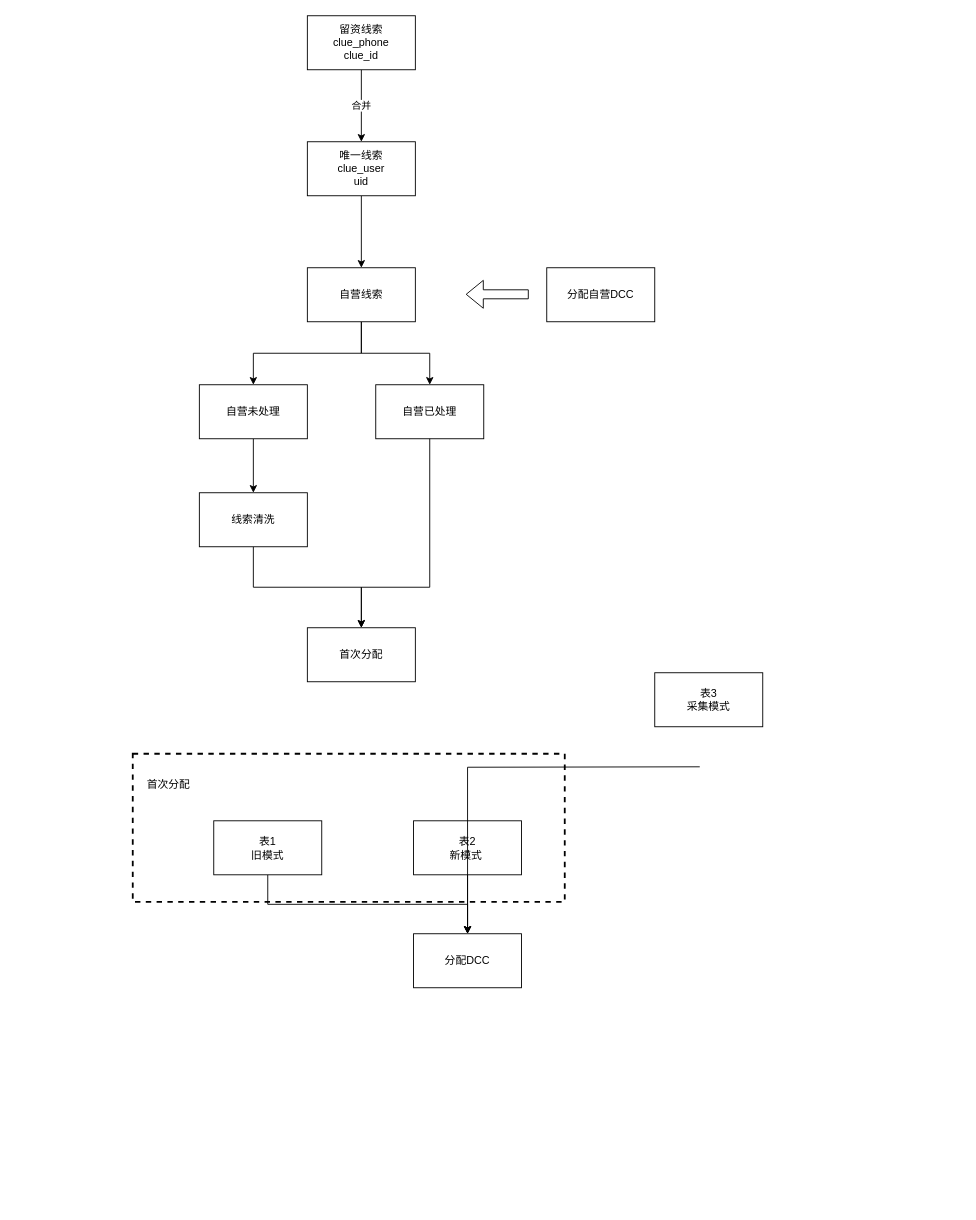
The draw.io diagram 线索重做.drawio in Juvic-maker/draw, before the edit. Source tidied: cells renumbered, new cells numbered last; positions are measured from the earlier drawing's top-left corner, leaving out a move shared by most shapes. Both pictures are drawn from the tidied source at 90%, with x=0, y=0 at pixel (132, 15).
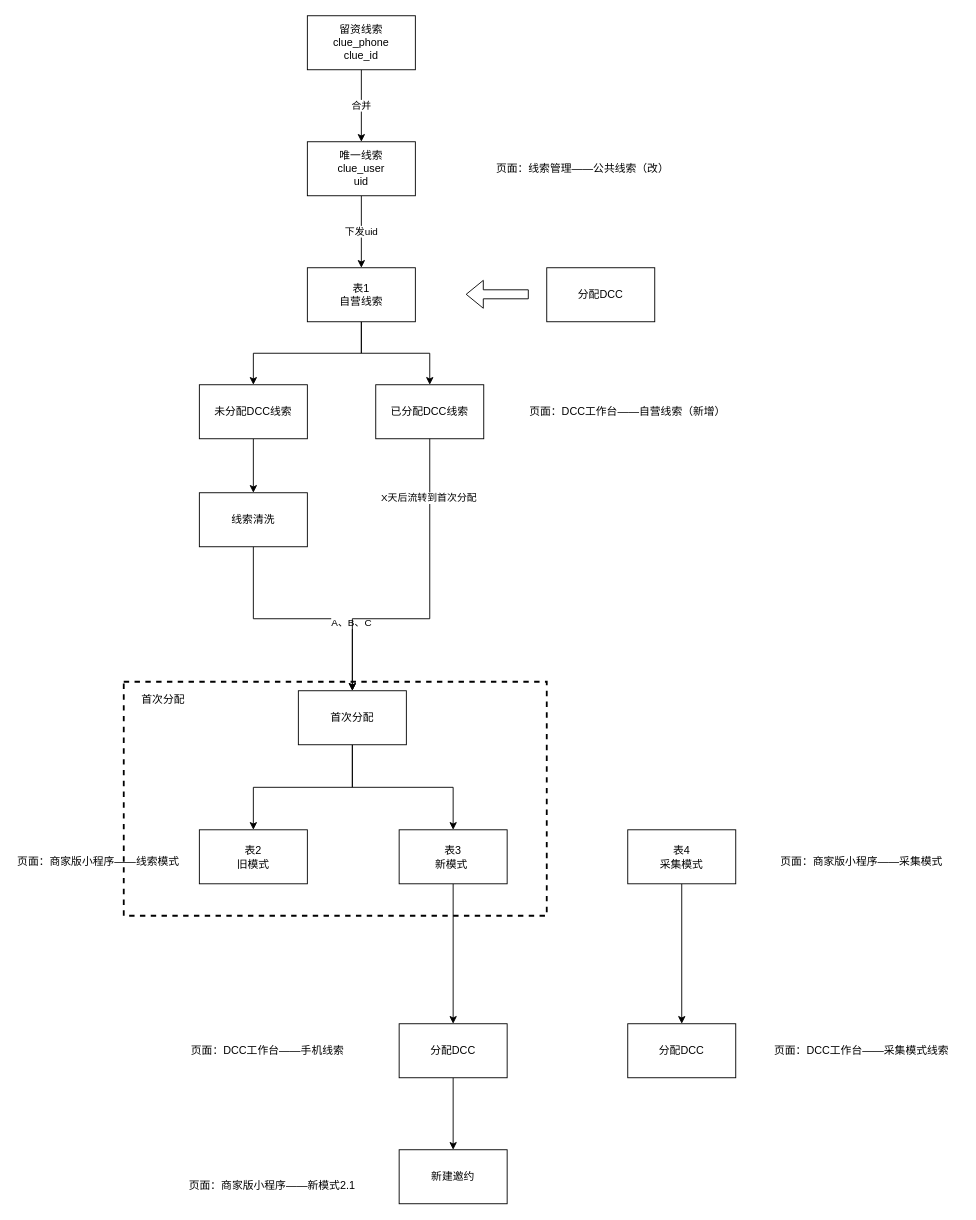
The same page after the edit.

Commit message:
更新线索重做.drawio

Unchanged cells that the change refers to:
```xml
<mxCell id="6" value="唯一线索&lt;br&gt;clue_user&lt;br&gt;uid" style="rounded=0;whiteSpace=wrap;html=1;" parent="1" vertex="1">
  <mxGeometry x="194" y="140" width="120" height="60" as="geometry" />
</mxCell>
<mxCell id="22" style="edgeStyle=orthogonalEdgeStyle;rounded=0;jettySize=auto;html=1;exitX=0.5;exitY=1;exitDx=0;exitDy=0;entryX=0.5;entryY=0;entryDx=0;entryDy=0;" parent="1" edge="1" source="23" target="26">
  <mxGeometry relative="1" as="geometry" />
</mxCell>
```

What changed in the source:
```diff
@@
     <mxCell id="2" style="rounded=0;whiteSpace=wrap;html=1;fillColor=none;dashed=1;strokeWidth=2;" parent="1" vertex="1">
-      <mxGeometry y="820" width="480" height="164.5" as="geometry" />
+      <mxGeometry x="-10" y="740" width="470" height="260" as="geometry" />
     </mxCell>
@@
-    <mxCell id="5" style="edgeStyle=orthogonalEdgeStyle;rounded=0;jettySize=auto;html=1;" parent="1" edge="1" source="6" target="9">
+    <mxCell id="5" value="下发uid" style="edgeStyle=orthogonalEdgeStyle;rounded=0;jettySize=auto;html=1;" parent="1" edge="1" source="6" target="9">
       <mxGeometry relative="1" as="geometry" />
     </mxCell>
@@
-    <mxCell id="9" value="自营线索" style="rounded=0;whiteSpace=wrap;html=1;" parent="1" vertex="1">
+    <mxCell id="9" value="表1&lt;br&gt;自营线索" style="rounded=0;whiteSpace=wrap;html=1;" parent="1" vertex="1">
       <mxGeometry x="194" y="280" width="120" height="60" as="geometry" />
     </mxCell>
-    <mxCell id="10" style="edgeStyle=orthogonalEdgeStyle;rounded=0;jettySize=auto;html=1;exitX=0.5;exitY=1;exitDx=0;exitDy=0;" parent="1" edge="1" source="11" target="21">
-      <mxGeometry relative="1" as="geometry" />
-    </mxCell>
-    <mxCell id="11" value="表1&lt;br&gt;旧模式" style="rounded=0;whiteSpace=wrap;html=1;" parent="1" vertex="1">
-      <mxGeometry x="90" y="894.5" width="120" height="60" as="geometry" />
+    <mxCell id="11" value="表2&lt;br&gt;旧模式" style="rounded=0;whiteSpace=wrap;html=1;" parent="1" vertex="1">
+      <mxGeometry x="74" y="904.5" width="120" height="60" as="geometry" />
     </mxCell>
@@
-    <mxCell id="13" value="表2&lt;br&gt;新模式&amp;nbsp;" style="rounded=0;whiteSpace=wrap;html=1;" parent="1" vertex="1">
-      <mxGeometry x="312" y="894.5" width="120" height="60" as="geometry" />
+    <mxCell id="13" value="表3&lt;br&gt;新模式&amp;nbsp;" style="rounded=0;whiteSpace=wrap;html=1;" parent="1" vertex="1">
+      <mxGeometry x="296" y="904.5" width="120" height="60" as="geometry" />
     </mxCell>
-    <mxCell id="14" style="edgeStyle=orthogonalEdgeStyle;rounded=0;jettySize=auto;html=1;exitX=0.5;exitY=1;exitDx=0;exitDy=0;entryX=0.5;entryY=0;entryDx=0;entryDy=0;" parent="1" edge="1" target="21">
-      <mxGeometry relative="1" as="geometry">
-        <mxPoint x="630" y="834.5" as="sourcePoint" />
-      </mxGeometry>
-    </mxCell>
+    <mxCell id="27" style="edgeStyle=orthogonalEdgeStyle;rounded=0;jettySize=auto;html=1;" parent="1" edge="1" source="15" target="35">
+      <mxGeometry relative="1" as="geometry" />
+    </mxCell>
-    <mxCell id="15" value="表3&lt;br&gt;采集模式" style="rounded=0;whiteSpace=wrap;html=1;" parent="1" vertex="1">
-      <mxGeometry x="580" y="730" width="120" height="60" as="geometry" />
+    <mxCell id="15" value="表4&lt;br&gt;采集模式" style="rounded=0;whiteSpace=wrap;html=1;" parent="1" vertex="1">
+      <mxGeometry x="550" y="904.5" width="120" height="60" as="geometry" />
     </mxCell>
-    <mxCell id="16" value="分配自营DCC" style="rounded=0;whiteSpace=wrap;html=1;" parent="1" vertex="1">
+    <mxCell id="16" value="分配DCC" style="rounded=0;whiteSpace=wrap;html=1;" parent="1" vertex="1">
       <mxGeometry x="460" y="280" width="120" height="60" as="geometry" />
     </mxCell>
@@
-    <mxCell id="19" value="自营未处理" style="rounded=0;whiteSpace=wrap;html=1;" parent="1" vertex="1">
+    <mxCell id="19" value="未分配DCC线索" style="rounded=0;whiteSpace=wrap;html=1;" parent="1" vertex="1">
       <mxGeometry x="74" y="410" width="120" height="60" as="geometry" />
     </mxCell>
     <mxCell id="20" value="首次分配" style="text;html=1;strokeColor=none;fillColor=none;align=center;verticalAlign=middle;whiteSpace=wrap;rounded=0;dashed=1;" parent="1" vertex="1">
-      <mxGeometry x="10" y="844.5" width="60" height="20" as="geometry" />
+      <mxGeometry x="4" y="750" width="60" height="20" as="geometry" />
     </mxCell>
+    <mxCell id="28" style="edgeStyle=orthogonalEdgeStyle;rounded=0;jettySize=auto;html=1;" parent="1" edge="1" source="21" target="34">
+      <mxGeometry relative="1" as="geometry" />
+    </mxCell>
     <mxCell id="21" value="分配DCC" style="rounded=0;whiteSpace=wrap;html=1;strokeWidth=1;" parent="1" vertex="1">
-      <mxGeometry x="312" y="1020" width="120" height="60" as="geometry" />
+      <mxGeometry x="296" y="1120" width="120" height="60" as="geometry" />
     </mxCell>
@@
+    <mxCell id="29" value="A、B、C" style="edgeLabel;html=1;align=center;verticalAlign=middle;" parent="22" vertex="1">
+      <mxGeometry x="0.44" y="-2" relative="1" as="geometry" />
+    </mxCell>
@@
     <mxCell id="24" style="edgeStyle=orthogonalEdgeStyle;rounded=0;jettySize=auto;html=1;exitX=0.5;exitY=1;exitDx=0;exitDy=0;entryX=0.5;entryY=0;entryDx=0;entryDy=0;" parent="1" edge="1" target="26">
       <mxGeometry relative="1" as="geometry">
         <mxPoint x="330" y="465" as="sourcePoint" />
         <Array as="points">
-          <mxPoint x="330" y="635" />
-          <mxPoint x="254" y="635" />
+          <mxPoint x="330" y="670" />
+          <mxPoint x="244" y="670" />
         </Array>
       </mxGeometry>
     </mxCell>
+    <mxCell id="30" value="X天后流转到首次分配" style="edgeLabel;html=1;align=center;verticalAlign=middle;" parent="24" vertex="1">
+      <mxGeometry x="-0.62" y="-2" relative="1" as="geometry" />
+    </mxCell>
-    <mxCell id="25" value="自营已处理" style="rounded=0;whiteSpace=wrap;html=1;" parent="1" vertex="1">
+    <mxCell id="25" value="已分配DCC线索" style="rounded=0;whiteSpace=wrap;html=1;" parent="1" vertex="1">
       <mxGeometry x="270" y="410" width="120" height="60" as="geometry" />
     </mxCell>
+    <mxCell id="31" style="edgeStyle=orthogonalEdgeStyle;rounded=0;jettySize=auto;html=1;exitX=0.5;exitY=1;exitDx=0;exitDy=0;entryX=0.5;entryY=0;entryDx=0;entryDy=0;" parent="1" edge="1" source="26" target="11">
+      <mxGeometry relative="1" as="geometry" />
+    </mxCell>
+    <mxCell id="32" style="edgeStyle=orthogonalEdgeStyle;rounded=0;jettySize=auto;html=1;exitX=0.5;exitY=1;exitDx=0;exitDy=0;entryX=0.5;entryY=0;entryDx=0;entryDy=0;" parent="1" edge="1" source="26" target="13">
+      <mxGeometry relative="1" as="geometry" />
+    </mxCell>
     <mxCell id="26" value="首次分配" style="rounded=0;whiteSpace=wrap;html=1;strokeWidth=1;fillColor=#ffffff;" parent="1" vertex="1">
-      <mxGeometry x="194" y="680" width="120" height="60" as="geometry" />
+      <mxGeometry x="184" y="750" width="120" height="60" as="geometry" />
     </mxCell>
+    <mxCell id="33" value="页面：DCC工作台——自营线索（新增）" style="text;html=1;strokeColor=none;fillColor=none;align=center;verticalAlign=middle;whiteSpace=wrap;rounded=0;dashed=1;" parent="1" vertex="1">
+      <mxGeometry x="430" y="430" width="240" height="20" as="geometry" />
+    </mxCell>
+    <mxCell id="34" value="新建邀约" style="rounded=0;whiteSpace=wrap;html=1;strokeWidth=1;" parent="1" vertex="1">
+      <mxGeometry x="296" y="1260" width="120" height="60" as="geometry" />
+    </mxCell>
+    <mxCell id="35" value="分配DCC" style="rounded=0;whiteSpace=wrap;html=1;" parent="1" vertex="1">
+      <mxGeometry x="550" y="1120" width="120" height="60" as="geometry" />
+    </mxCell>
+    <mxCell id="36" value="页面：DCC工作台——手机线索" style="text;html=1;strokeColor=none;fillColor=none;align=center;verticalAlign=middle;whiteSpace=wrap;rounded=0;dashed=1;" parent="1" vertex="1">
+      <mxGeometry x="40" y="1140" width="220" height="20" as="geometry" />
+    </mxCell>
+    <mxCell id="37" value="页面：商家版小程序——采集模式" style="text;html=1;strokeColor=none;fillColor=none;align=center;verticalAlign=middle;whiteSpace=wrap;rounded=0;dashed=1;" parent="1" vertex="1">
+      <mxGeometry x="700" y="930" width="220" height="20" as="geometry" />
+    </mxCell>
+    <mxCell id="38" value="页面：商家版小程序——线索模式" style="text;html=1;strokeColor=none;fillColor=none;align=center;verticalAlign=middle;whiteSpace=wrap;rounded=0;dashed=1;" parent="1" vertex="1">
+      <mxGeometry x="-130" y="930" width="184" height="20" as="geometry" />
+    </mxCell>
+    <mxCell id="39" value="页面：商家版小程序——新模式2.1" style="text;html=1;strokeColor=none;fillColor=none;align=center;verticalAlign=middle;whiteSpace=wrap;rounded=0;dashed=1;" parent="1" vertex="1">
+      <mxGeometry x="50" y="1290" width="210" height="20" as="geometry" />
+    </mxCell>
+    <mxCell id="40" value="页面：线索管理——公共线索（改）" style="text;html=1;strokeColor=none;fillColor=none;align=center;verticalAlign=middle;whiteSpace=wrap;rounded=0;dashed=1;" parent="1" vertex="1">
+      <mxGeometry x="380" y="160" width="240" height="20" as="geometry" />
+    </mxCell>
+    <mxCell id="41" value="页面：DCC工作台——采集模式线索" style="text;html=1;strokeColor=none;fillColor=none;align=center;verticalAlign=middle;whiteSpace=wrap;rounded=0;dashed=1;" parent="1" vertex="1">
+      <mxGeometry x="700" y="1140" width="220" height="20" as="geometry" />
+    </mxCell>
```
